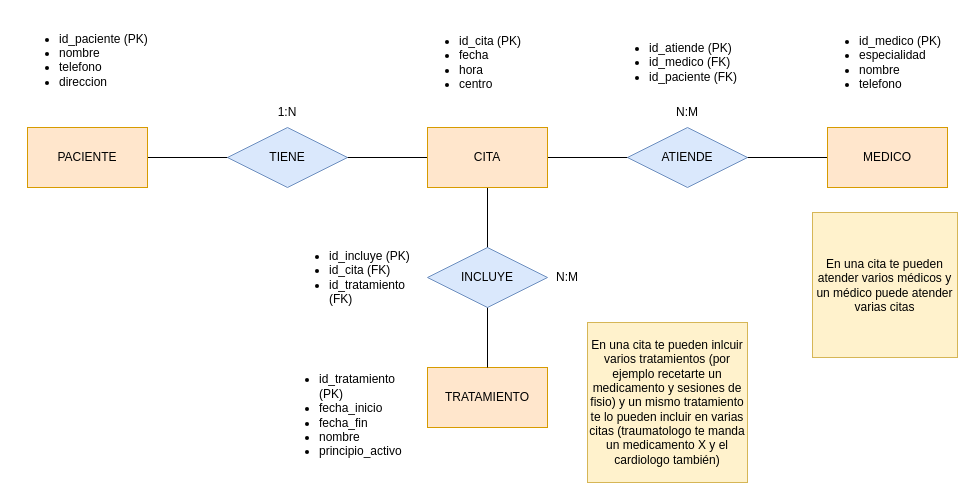
Above: E2. Clinica.drawio in Milikituki/PracticasBBDD (draw.io), before the change. Source tidied: cells renumbered, new cells numbered last; positions are measured from the earlier drawing's top-left corner, leaving out a move shared by most shapes. Both pictures are drawn from the tidied source at 100%, with x=0, y=0 at pixel (17, 17).
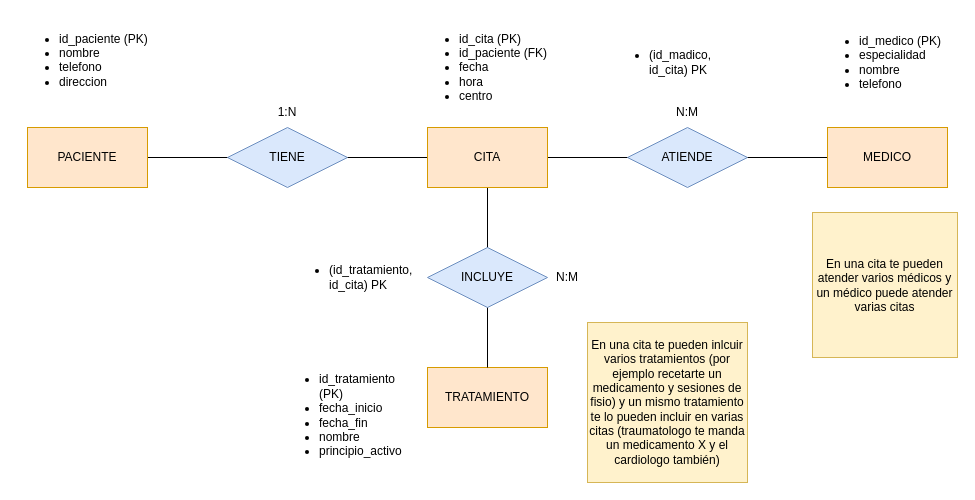
The same diagram, later.

The edit, as a diff of the source:
```diff
@@
-    <mxCell id="15" value="&lt;ul&gt;&lt;li&gt;id_cita (PK)&lt;/li&gt;&lt;li&gt;fecha&lt;/li&gt;&lt;li&gt;hora&lt;/li&gt;&lt;li&gt;centro&lt;/li&gt;&lt;/ul&gt;" style="text;strokeColor=none;fillColor=none;html=1;whiteSpace=wrap;verticalAlign=middle;overflow=hidden;" parent="1" vertex="1">
+    <mxCell id="15" value="&lt;ul&gt;&lt;li&gt;id_cita (PK)&lt;/li&gt;&lt;li&gt;id_paciente (FK)&lt;/li&gt;&lt;li&gt;fecha&lt;/li&gt;&lt;li&gt;hora&lt;/li&gt;&lt;li&gt;centro&lt;/li&gt;&lt;/ul&gt;" style="text;strokeColor=none;fillColor=none;html=1;whiteSpace=wrap;verticalAlign=middle;overflow=hidden;" parent="1" vertex="1">
       <mxGeometry x="400" width="140" height="90" as="geometry" />
     </mxCell>
@@
-    <mxCell id="17" value="&lt;ul&gt;&lt;li&gt;id_atiende (PK)&lt;/li&gt;&lt;li&gt;id_medico (FK)&lt;/li&gt;&lt;li&gt;id_paciente (FK)&lt;/li&gt;&lt;/ul&gt;" style="text;strokeColor=none;fillColor=none;html=1;whiteSpace=wrap;verticalAlign=middle;overflow=hidden;" parent="1" vertex="1">
+    <mxCell id="17" value="&lt;ul&gt;&lt;li&gt;(id_madico, id_cita) PK&lt;/li&gt;&lt;/ul&gt;" style="text;strokeColor=none;fillColor=none;html=1;whiteSpace=wrap;verticalAlign=middle;overflow=hidden;" parent="1" vertex="1">
       <mxGeometry x="590" width="140" height="90" as="geometry" />
     </mxCell>
-    <mxCell id="18" value="&lt;ul&gt;&lt;li&gt;id_incluye (PK)&lt;/li&gt;&lt;li&gt;id_cita (FK)&lt;/li&gt;&lt;li&gt;id_tratamiento (FK)&lt;/li&gt;&lt;/ul&gt;" style="text;strokeColor=none;fillColor=none;html=1;whiteSpace=wrap;verticalAlign=middle;overflow=hidden;" parent="1" vertex="1">
+    <mxCell id="18" value="&lt;ul&gt;&lt;li&gt;(id_tratamiento, id_cita) PK&lt;/li&gt;&lt;/ul&gt;" style="text;strokeColor=none;fillColor=none;html=1;whiteSpace=wrap;verticalAlign=middle;overflow=hidden;" parent="1" vertex="1">
       <mxGeometry x="270" y="215" width="140" height="90" as="geometry" />
     </mxCell>
```
